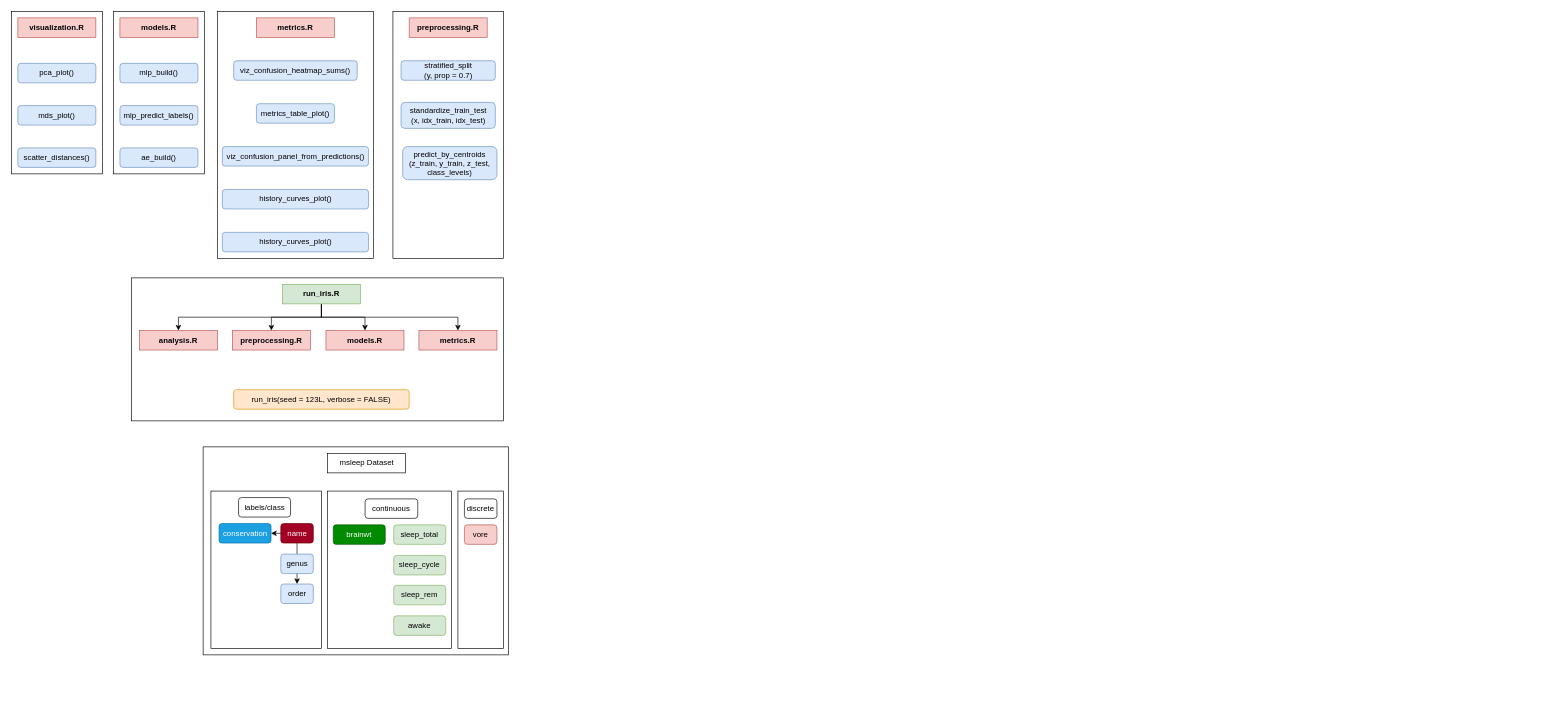
This is Workflow_plot.drawio from PhilRTFM/Keras3_personal_training, a draw.io file, before an edit. Source tidied: cells renumbered, new cells numbered last; positions are measured from the earlier drawing's top-left corner, leaving out a move shared by most shapes. Both pictures are drawn from the tidied source at 65%, with x=0, y=0 at pixel (11, 11).
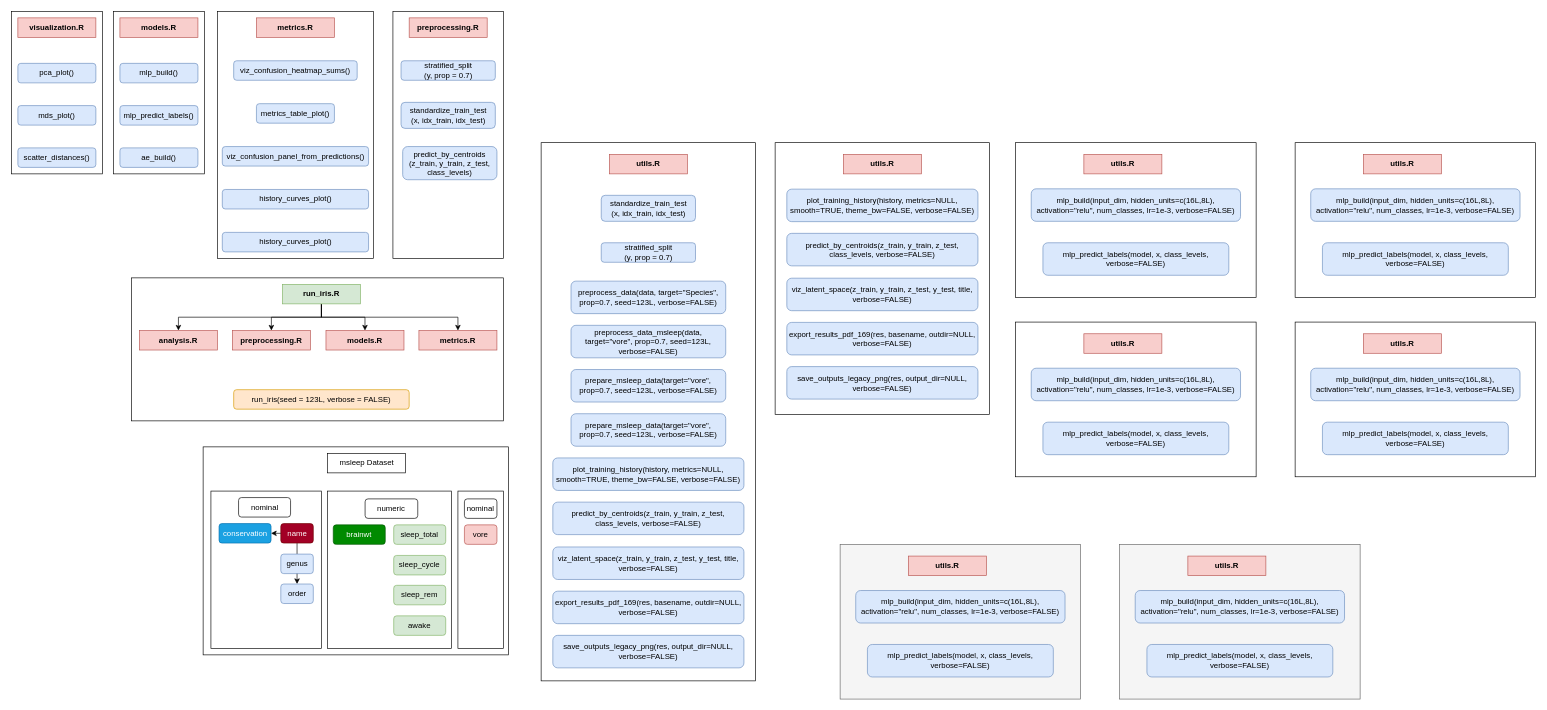
The same page after the edit.

Commit message:
Mettre à jour Workflow_plot.drawio

Unchanged cells that the change refers to:
```xml
<mxCell id="41" style="group;" parent="1" vertex="1">
  <mxGeometry x="319.5" y="748" width="145" height="163" as="geometry" />
</mxCell>
<mxCell id="50" style="group;" parent="1" vertex="1">
  <mxGeometry x="495.2" y="750" width="173" height="210" as="geometry" />
</mxCell>
<mxCell id="58" style="group;" parent="1" vertex="1">
  <mxGeometry x="697" y="750" width="50" height="70" as="geometry" />
</mxCell>
```

What changed in the source:
```diff
@@
-    <mxCell id="48" value="labels/class" style="rounded=1;whiteSpace=wrap;html=1;" parent="41" vertex="1">
+    <mxCell id="48" value="nominal" style="rounded=1;whiteSpace=wrap;html=1;" parent="41" vertex="1">
       <mxGeometry x="30" width="80" height="30" as="geometry" />
     </mxCell>
@@
-    <mxCell id="57" value="continuous" style="rounded=1;whiteSpace=wrap;html=1;" parent="50" vertex="1">
+    <mxCell id="57" value="numeric" style="rounded=1;whiteSpace=wrap;html=1;" parent="50" vertex="1">
       <mxGeometry x="49" width="81" height="30" as="geometry" />
     </mxCell>
@@
-    <mxCell id="60" value="discrete" style="rounded=1;whiteSpace=wrap;html=1;" parent="58" vertex="1">
+    <mxCell id="60" value="nominal" style="rounded=1;whiteSpace=wrap;html=1;" parent="58" vertex="1">
       <mxGeometry width="50" height="30" as="geometry" />
     </mxCell>
+    <mxCell id="61" style="rounded=0;whiteSpace=wrap;html=1;" parent="1" vertex="1">
+      <mxGeometry x="815" y="202" width="330" height="828" as="geometry" />
+    </mxCell>
+    <mxCell id="62" value="stratified_split&lt;div&gt;(y, prop = 0.7)&lt;/div&gt;" style="rounded=1;whiteSpace=wrap;html=1;fillColor=#dae8fc;strokeColor=#6c8ebf;" parent="1" vertex="1">
+      <mxGeometry x="907.5" y="356" width="145" height="30" as="geometry" />
+    </mxCell>
+    <mxCell id="63" value="standardize_train_test&lt;div&gt;(x, idx_train, idx_test)&lt;/div&gt;" style="rounded=1;whiteSpace=wrap;html=1;fillColor=#dae8fc;strokeColor=#6c8ebf;" parent="1" vertex="1">
+      <mxGeometry x="907.5" y="283" width="145" height="40" as="geometry" />
+    </mxCell>
+    <mxCell id="64" value="preprocess_data(data, target=&quot;Species&quot;, prop=0.7, seed=123L, verbose=FALSE)" style="rounded=1;whiteSpace=wrap;html=1;fillColor=#dae8fc;strokeColor=#6c8ebf;" parent="1" vertex="1">
+      <mxGeometry x="861" y="415" width="238" height="50" as="geometry" />
+    </mxCell>
+    <mxCell id="65" value="preprocess_data_msleep(data, target=&quot;vore&quot;, prop=0.7, seed=123L, verbose=FALSE)" style="rounded=1;whiteSpace=wrap;html=1;fillColor=#dae8fc;strokeColor=#6c8ebf;" parent="1" vertex="1">
+      <mxGeometry x="861" y="483" width="238" height="50" as="geometry" />
+    </mxCell>
+    <mxCell id="66" value="prepare_msleep_data(target=&quot;vore&quot;, prop=0.7, seed=123L, verbose=FALSE)" style="rounded=1;whiteSpace=wrap;html=1;fillColor=#dae8fc;strokeColor=#6c8ebf;" parent="1" vertex="1">
+      <mxGeometry x="861" y="551" width="238" height="50" as="geometry" />
+    </mxCell>
+    <mxCell id="67" value="prepare_msleep_data(target=&quot;vore&quot;, prop=0.7, seed=123L, verbose=FALSE)" style="rounded=1;whiteSpace=wrap;html=1;fillColor=#dae8fc;strokeColor=#6c8ebf;" parent="1" vertex="1">
+      <mxGeometry x="861" y="619" width="238" height="50" as="geometry" />
+    </mxCell>
+    <mxCell id="68" value="plot_training_history(history, metrics=NULL, smooth=TRUE, theme_bw=FALSE, verbose=FALSE)" style="rounded=1;whiteSpace=wrap;html=1;fillColor=#dae8fc;strokeColor=#6c8ebf;" parent="1" vertex="1">
+      <mxGeometry x="833" y="687" width="294" height="50" as="geometry" />
+    </mxCell>
+    <mxCell id="69" value="predict_by_centroids(z_train, y_train, z_test, class_levels, verbose=FALSE)" style="rounded=1;whiteSpace=wrap;html=1;fillColor=#dae8fc;strokeColor=#6c8ebf;" parent="1" vertex="1">
+      <mxGeometry x="833" y="755" width="294" height="50" as="geometry" />
+    </mxCell>
+    <mxCell id="70" value="viz_latent_space(z_train, y_train, z_test, y_test, title, verbose=FALSE)" style="rounded=1;whiteSpace=wrap;html=1;fillColor=#dae8fc;strokeColor=#6c8ebf;" parent="1" vertex="1">
+      <mxGeometry x="833" y="824" width="294" height="50" as="geometry" />
+    </mxCell>
+    <mxCell id="71" value="export_results_pdf_169(res, basename, outdir=NULL, verbose=FALSE)" style="rounded=1;whiteSpace=wrap;html=1;fillColor=#dae8fc;strokeColor=#6c8ebf;" parent="1" vertex="1">
+      <mxGeometry x="833" y="892" width="294" height="50" as="geometry" />
+    </mxCell>
+    <mxCell id="72" value="save_outputs_legacy_png(res, output_dir=NULL, verbose=FALSE)" style="rounded=1;whiteSpace=wrap;html=1;fillColor=#dae8fc;strokeColor=#6c8ebf;" parent="1" vertex="1">
+      <mxGeometry x="833" y="960" width="294" height="50" as="geometry" />
+    </mxCell>
+    <mxCell id="73" value="utils.R" style="rounded=0;whiteSpace=wrap;html=1;fillColor=#f8cecc;strokeColor=#b85450;fontStyle=1;" parent="1" vertex="1">
+      <mxGeometry x="920" y="220" width="120" height="30" as="geometry" />
+    </mxCell>
+    <mxCell id="74" style="rounded=0;whiteSpace=wrap;html=1;" parent="1" vertex="1">
+      <mxGeometry x="1545" y="202" width="370" height="238" as="geometry" />
+    </mxCell>
+    <mxCell id="75" value="utils.R" style="rounded=0;whiteSpace=wrap;html=1;fillColor=#f8cecc;strokeColor=#b85450;fontStyle=1;" parent="1" vertex="1">
+      <mxGeometry x="1650" y="220" width="120" height="30" as="geometry" />
+    </mxCell>
+    <mxCell id="76" value="mlp_build(input_dim, hidden_units=c(16L,8L), activation=&quot;relu&quot;, num_classes, lr=1e-3, verbose=FALSE)" style="rounded=1;whiteSpace=wrap;html=1;fillColor=#dae8fc;strokeColor=#6c8ebf;" parent="1" vertex="1">
+      <mxGeometry x="1569" y="273" width="322" height="50" as="geometry" />
+    </mxCell>
+    <mxCell id="77" value="mlp_predict_labels(model, x, class_levels, verbose=FALSE)" style="rounded=1;whiteSpace=wrap;html=1;fillColor=#dae8fc;strokeColor=#6c8ebf;" parent="1" vertex="1">
+      <mxGeometry x="1587" y="356" width="286" height="50" as="geometry" />
+    </mxCell>
+    <mxCell id="78" style="rounded=0;whiteSpace=wrap;html=1;" parent="1" vertex="1">
+      <mxGeometry x="1545" y="478" width="370" height="238" as="geometry" />
+    </mxCell>
+    <mxCell id="79" value="utils.R" style="rounded=0;whiteSpace=wrap;html=1;fillColor=#f8cecc;strokeColor=#b85450;fontStyle=1;" parent="1" vertex="1">
+      <mxGeometry x="1650" y="496" width="120" height="30" as="geometry" />
+    </mxCell>
+    <mxCell id="80" value="mlp_build(input_dim, hidden_units=c(16L,8L), activation=&quot;relu&quot;, num_classes, lr=1e-3, verbose=FALSE)" style="rounded=1;whiteSpace=wrap;html=1;fillColor=#dae8fc;strokeColor=#6c8ebf;" parent="1" vertex="1">
+      <mxGeometry x="1569" y="549" width="322" height="50" as="geometry" />
+    </mxCell>
+    <mxCell id="81" value="mlp_predict_labels(model, x, class_levels, verbose=FALSE)" style="rounded=1;whiteSpace=wrap;html=1;fillColor=#dae8fc;strokeColor=#6c8ebf;" parent="1" vertex="1">
+      <mxGeometry x="1587" y="632" width="286" height="50" as="geometry" />
+    </mxCell>
+    <mxCell id="82" style="rounded=0;whiteSpace=wrap;html=1;" parent="1" vertex="1">
+      <mxGeometry x="1975" y="202" width="370" height="238" as="geometry" />
+    </mxCell>
+    <mxCell id="83" value="utils.R" style="rounded=0;whiteSpace=wrap;html=1;fillColor=#f8cecc;strokeColor=#b85450;fontStyle=1;" parent="1" vertex="1">
+      <mxGeometry x="2080" y="220" width="120" height="30" as="geometry" />
+    </mxCell>
+    <mxCell id="84" value="mlp_build(input_dim, hidden_units=c(16L,8L), activation=&quot;relu&quot;, num_classes, lr=1e-3, verbose=FALSE)" style="rounded=1;whiteSpace=wrap;html=1;fillColor=#dae8fc;strokeColor=#6c8ebf;" parent="1" vertex="1">
+      <mxGeometry x="1999" y="273" width="322" height="50" as="geometry" />
+    </mxCell>
+    <mxCell id="85" value="mlp_predict_labels(model, x, class_levels, verbose=FALSE)" style="rounded=1;whiteSpace=wrap;html=1;fillColor=#dae8fc;strokeColor=#6c8ebf;" parent="1" vertex="1">
+      <mxGeometry x="2017" y="356" width="286" height="50" as="geometry" />
+    </mxCell>
+    <mxCell id="86" style="rounded=0;whiteSpace=wrap;html=1;" parent="1" vertex="1">
+      <mxGeometry x="1975" y="478" width="370" height="238" as="geometry" />
+    </mxCell>
+    <mxCell id="87" value="utils.R" style="rounded=0;whiteSpace=wrap;html=1;fillColor=#f8cecc;strokeColor=#b85450;fontStyle=1;" parent="1" vertex="1">
+      <mxGeometry x="2080" y="496" width="120" height="30" as="geometry" />
+    </mxCell>
+    <mxCell id="88" value="mlp_build(input_dim, hidden_units=c(16L,8L), activation=&quot;relu&quot;, num_classes, lr=1e-3, verbose=FALSE)" style="rounded=1;whiteSpace=wrap;html=1;fillColor=#dae8fc;strokeColor=#6c8ebf;" parent="1" vertex="1">
+      <mxGeometry x="1999" y="549" width="322" height="50" as="geometry" />
+    </mxCell>
+    <mxCell id="89" value="mlp_predict_labels(model, x, class_levels, verbose=FALSE)" style="rounded=1;whiteSpace=wrap;html=1;fillColor=#dae8fc;strokeColor=#6c8ebf;" parent="1" vertex="1">
+      <mxGeometry x="2017" y="632" width="286" height="50" as="geometry" />
+    </mxCell>
+    <mxCell id="90" style="rounded=0;whiteSpace=wrap;html=1;" parent="1" vertex="1">
+      <mxGeometry x="1175" y="202" width="330" height="418" as="geometry" />
+    </mxCell>
+    <mxCell id="91" value="plot_training_history(history, metrics=NULL, smooth=TRUE, theme_bw=FALSE, verbose=FALSE)" style="rounded=1;whiteSpace=wrap;html=1;fillColor=#dae8fc;strokeColor=#6c8ebf;" parent="1" vertex="1">
+      <mxGeometry x="1193" y="273.5" width="294" height="50" as="geometry" />
+    </mxCell>
+    <mxCell id="92" value="predict_by_centroids(z_train, y_train, z_test, class_levels, verbose=FALSE)" style="rounded=1;whiteSpace=wrap;html=1;fillColor=#dae8fc;strokeColor=#6c8ebf;" parent="1" vertex="1">
+      <mxGeometry x="1193" y="341.5" width="294" height="50" as="geometry" />
+    </mxCell>
+    <mxCell id="93" value="viz_latent_space(z_train, y_train, z_test, y_test, title, verbose=FALSE)" style="rounded=1;whiteSpace=wrap;html=1;fillColor=#dae8fc;strokeColor=#6c8ebf;" parent="1" vertex="1">
+      <mxGeometry x="1193" y="410.5" width="294" height="50" as="geometry" />
+    </mxCell>
+    <mxCell id="94" value="export_results_pdf_169(res, basename, outdir=NULL, verbose=FALSE)" style="rounded=1;whiteSpace=wrap;html=1;fillColor=#dae8fc;strokeColor=#6c8ebf;" parent="1" vertex="1">
+      <mxGeometry x="1193" y="478.5" width="294" height="50" as="geometry" />
+    </mxCell>
+    <mxCell id="95" value="save_outputs_legacy_png(res, output_dir=NULL, verbose=FALSE)" style="rounded=1;whiteSpace=wrap;html=1;fillColor=#dae8fc;strokeColor=#6c8ebf;" parent="1" vertex="1">
+      <mxGeometry x="1193" y="546.5" width="294" height="50" as="geometry" />
+    </mxCell>
+    <mxCell id="96" value="utils.R" style="rounded=0;whiteSpace=wrap;html=1;fillColor=#f8cecc;strokeColor=#b85450;fontStyle=1;" parent="1" vertex="1">
+      <mxGeometry x="1280" y="220" width="120" height="30" as="geometry" />
+    </mxCell>
+    <mxCell id="97" style="rounded=0;whiteSpace=wrap;html=1;fillColor=#f5f5f5;strokeColor=#666666;fontColor=#333333;" parent="1" vertex="1">
+      <mxGeometry x="1275" y="820" width="370" height="238" as="geometry" />
+    </mxCell>
+    <mxCell id="98" value="utils.R" style="rounded=0;whiteSpace=wrap;html=1;fillColor=#f8cecc;strokeColor=#b85450;fontStyle=1;" parent="1" vertex="1">
+      <mxGeometry x="1380" y="838" width="120" height="30" as="geometry" />
+    </mxCell>
+    <mxCell id="99" value="mlp_build(input_dim, hidden_units=c(16L,8L), activation=&quot;relu&quot;, num_classes, lr=1e-3, verbose=FALSE)" style="rounded=1;whiteSpace=wrap;html=1;fillColor=#dae8fc;strokeColor=#6c8ebf;" parent="1" vertex="1">
+      <mxGeometry x="1299" y="891" width="322" height="50" as="geometry" />
+    </mxCell>
+    <mxCell id="100" value="mlp_predict_labels(model, x, class_levels, verbose=FALSE)" style="rounded=1;whiteSpace=wrap;html=1;fillColor=#dae8fc;strokeColor=#6c8ebf;" parent="1" vertex="1">
+      <mxGeometry x="1317" y="974" width="286" height="50" as="geometry" />
+    </mxCell>
+    <mxCell id="101" style="rounded=0;whiteSpace=wrap;html=1;fillColor=#f5f5f5;strokeColor=#666666;fontColor=#333333;" parent="1" vertex="1">
+      <mxGeometry x="1705" y="820" width="370" height="238" as="geometry" />
+    </mxCell>
+    <mxCell id="102" value="utils.R" style="rounded=0;whiteSpace=wrap;html=1;fillColor=#f8cecc;strokeColor=#b85450;fontStyle=1;" parent="1" vertex="1">
+      <mxGeometry x="1810" y="838" width="120" height="30" as="geometry" />
+    </mxCell>
+    <mxCell id="103" value="mlp_build(input_dim, hidden_units=c(16L,8L), activation=&quot;relu&quot;, num_classes, lr=1e-3, verbose=FALSE)" style="rounded=1;whiteSpace=wrap;html=1;fillColor=#dae8fc;strokeColor=#6c8ebf;" parent="1" vertex="1">
+      <mxGeometry x="1729" y="891" width="322" height="50" as="geometry" />
+    </mxCell>
+    <mxCell id="104" value="mlp_predict_labels(model, x, class_levels, verbose=FALSE)" style="rounded=1;whiteSpace=wrap;html=1;fillColor=#dae8fc;strokeColor=#6c8ebf;" parent="1" vertex="1">
+      <mxGeometry x="1747" y="974" width="286" height="50" as="geometry" />
+    </mxCell>
```
